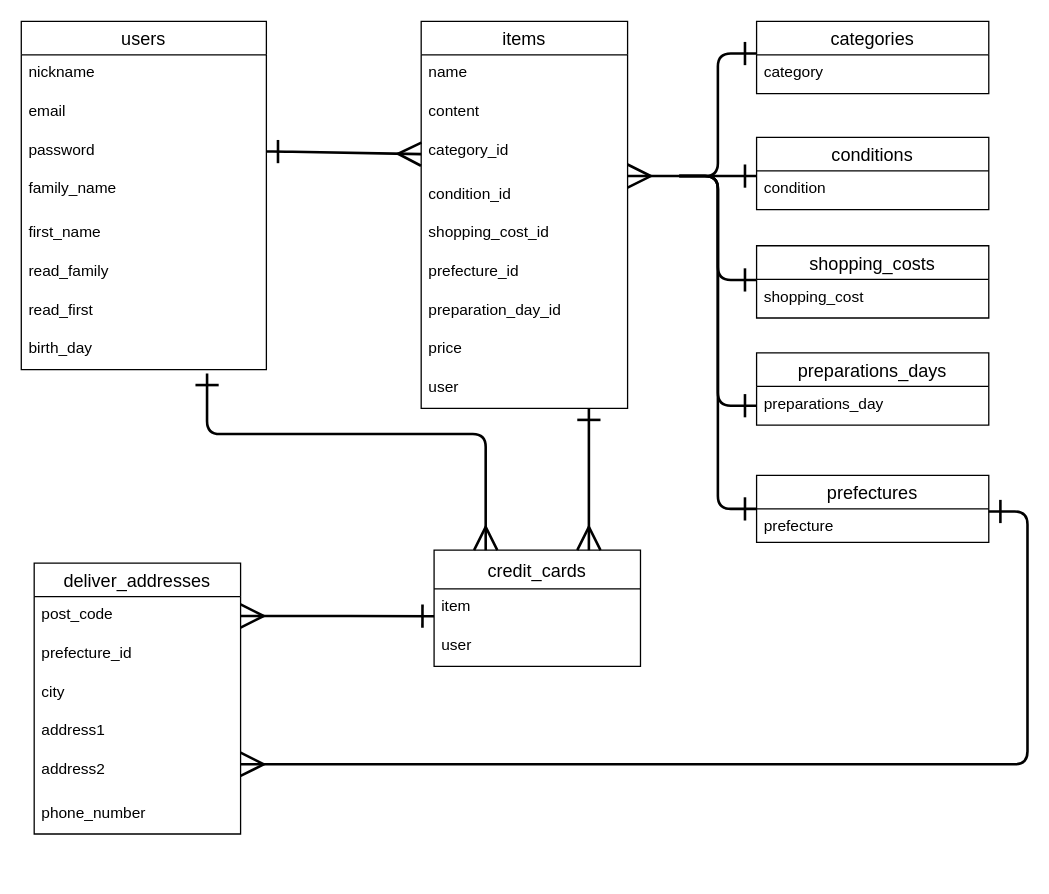
Earlier version of the draw.io diagram db/ER図.dio (stmaho/furima-38842). Source tidied: cells renumbered, new cells numbered last; positions are measured from the earlier drawing's top-left corner, leaving out a move shared by most shapes. Both pictures are drawn from the tidied source at 129%, with x=0, y=0 at pixel (21, 21).
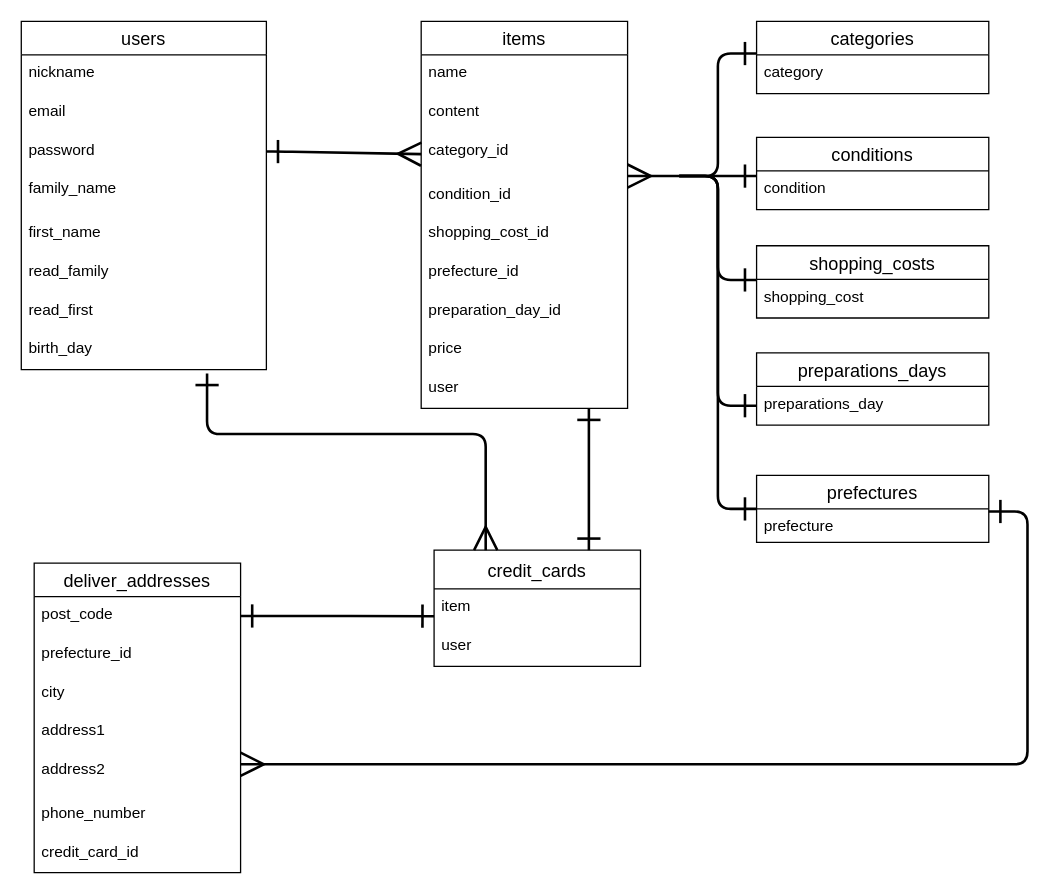
Above is the later version.

Commit message (it also covers changes not shown here):
データベース設計_4

Unchanged cells that the change refers to:
```xml
<mxCell id="23" value="post_code" style="text;strokeColor=none;fillColor=none;spacingLeft=4;spacingRight=4;overflow=hidden;points=[[0,0.5],[1,0.5]];portConstraint=eastwest;fontSize=12;" parent="22" vertex="1">
  <mxGeometry y="26" width="160" height="30" as="geometry" />
</mxCell>
<mxCell id="30" value="item" style="text;strokeColor=none;fillColor=none;spacingLeft=4;spacingRight=4;overflow=hidden;points=[[0,0.5],[1,0.5]];portConstraint=eastwest;fontSize=12;" parent="29" vertex="1">
  <mxGeometry y="30" width="160" height="30" as="geometry" />
</mxCell>
```

Diff of the diagram source:
```diff
@@
     <mxCell id="22" value="deliver_addresses" style="swimlane;fontStyle=0;horizontal=1;startSize=26;align=center;fontSize=14;" parent="1" vertex="1">
-      <mxGeometry x="10" y="420" width="160" height="210" as="geometry" />
+      <mxGeometry x="10" y="420" width="160" height="240" as="geometry" />
     </mxCell>
@@
+    <mxCell id="51" value="credit_card_id " style="text;strokeColor=none;fillColor=none;spacingLeft=4;spacingRight=4;overflow=hidden;fontSize=12;" parent="22" vertex="1">
+      <mxGeometry y="210" width="160" height="30" as="geometry" />
+    </mxCell>
@@
-    <mxCell id="35" style="edgeStyle=none;sketch=0;html=1;strokeWidth=2;endArrow=ERone;endFill=0;endSize=15;startArrow=ERmany;startFill=0;startSize=15;" parent="1" edge="1">
+    <mxCell id="35" style="edgeStyle=none;sketch=0;html=1;strokeWidth=2;endArrow=ERone;endFill=0;endSize=15;startArrow=ERone;startFill=0;startSize=15;" parent="1" edge="1">
       <mxGeometry relative="1" as="geometry">
         <mxPoint x="440" y="410" as="sourcePoint" />
         <mxPoint x="440" y="300" as="targetPoint" />
         <Array as="points">
           <mxPoint x="440" y="350" />
           <mxPoint x="440" y="330" />
         </Array>
       </mxGeometry>
     </mxCell>
@@
-    <mxCell id="46" style="edgeStyle=orthogonalEdgeStyle;html=1;exitX=1;exitY=0.5;exitDx=0;exitDy=0;entryX=0;entryY=0.706;entryDx=0;entryDy=0;entryPerimeter=0;strokeWidth=2;startArrow=ERmany;startFill=0;endArrow=ERone;endFill=0;startSize=15;endSize=15;" parent="1" edge="1" source="23" target="30">
+    <mxCell id="46" style="edgeStyle=orthogonalEdgeStyle;html=1;exitX=1;exitY=0.5;exitDx=0;exitDy=0;entryX=0;entryY=0.706;entryDx=0;entryDy=0;entryPerimeter=0;strokeWidth=2;startArrow=ERone;startFill=0;endArrow=ERone;endFill=0;startSize=15;endSize=15;" parent="1" edge="1" source="23" target="30">
       <mxGeometry relative="1" as="geometry" />
     </mxCell>
```
